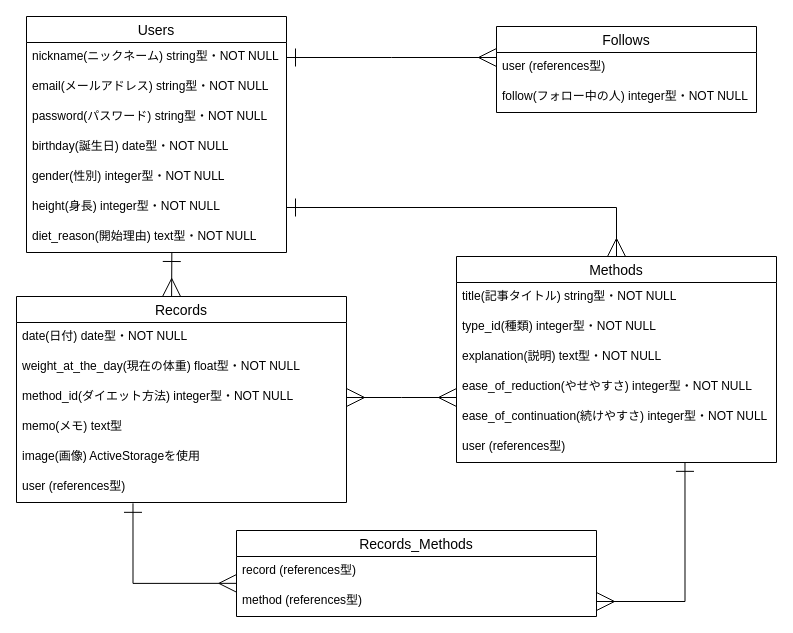
The draw.io diagram database.dio in NUKEDO/diet-app-31127, before the edit. Source tidied: cells renumbered, new cells numbered last; positions are measured from the earlier drawing's top-left corner, leaving out a move shared by most shapes. Both pictures are drawn from the tidied source at 100%, with x=0, y=0 at pixel (16, 16).
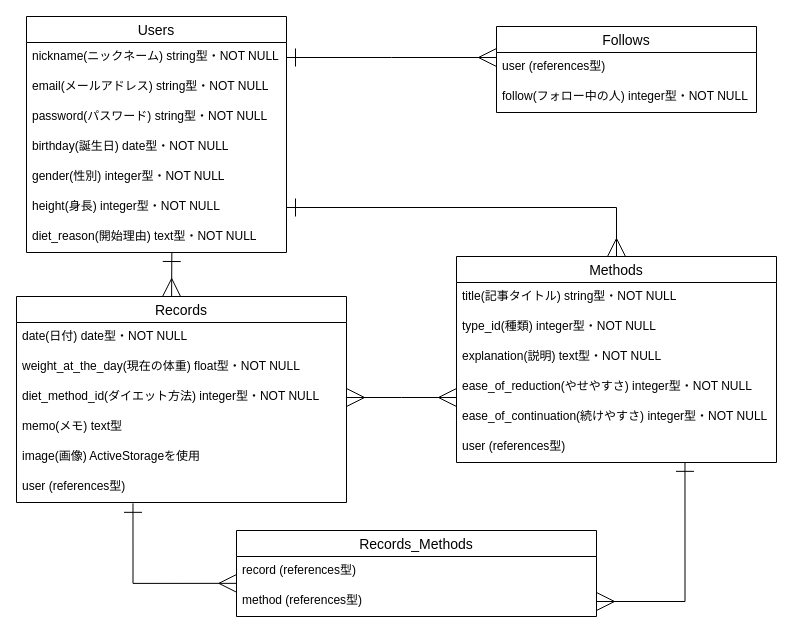
The same page after the edit.

The change refers to these unchanged cells:
```xml
<mxCell id="29" value="Records" style="swimlane;fontStyle=0;horizontal=1;startSize=26;align=center;fontSize=14;" parent="1" vertex="1">
  <mxGeometry y="280" width="330" height="206" as="geometry" />
</mxCell>
```

The edit, as a diff of the source:
```diff
@@
-    <mxCell id="32" value="method_id(ダイエット方法) integer型・NOT NULL" style="text;strokeColor=none;fillColor=none;spacingLeft=4;spacingRight=4;overflow=hidden;points=[[0,0.5],[1,0.5]];portConstraint=eastwest;fontSize=12;" parent="29" vertex="1">
+    <mxCell id="32" value="diet_method_id(ダイエット方法) integer型・NOT NULL" style="text;strokeColor=none;fillColor=none;spacingLeft=4;spacingRight=4;overflow=hidden;points=[[0,0.5],[1,0.5]];portConstraint=eastwest;fontSize=12;" parent="29" vertex="1">
       <mxGeometry y="86" width="330" height="30" as="geometry" />
     </mxCell>
```
